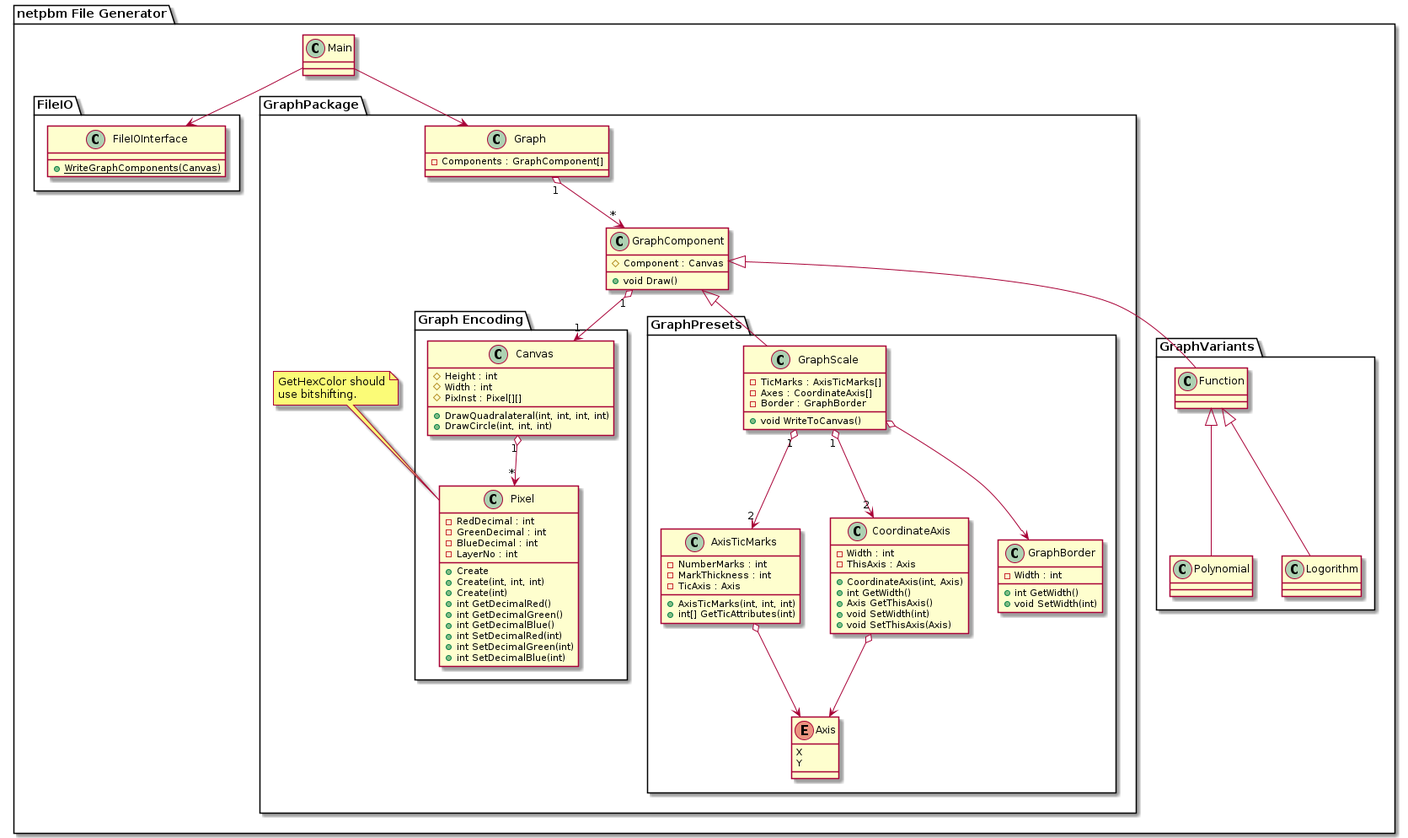
millipedes/Pascal-netpbm-Generator keeps this PlantUML diagram as Documentation/uml_diagram.png. Above is the earlier version.
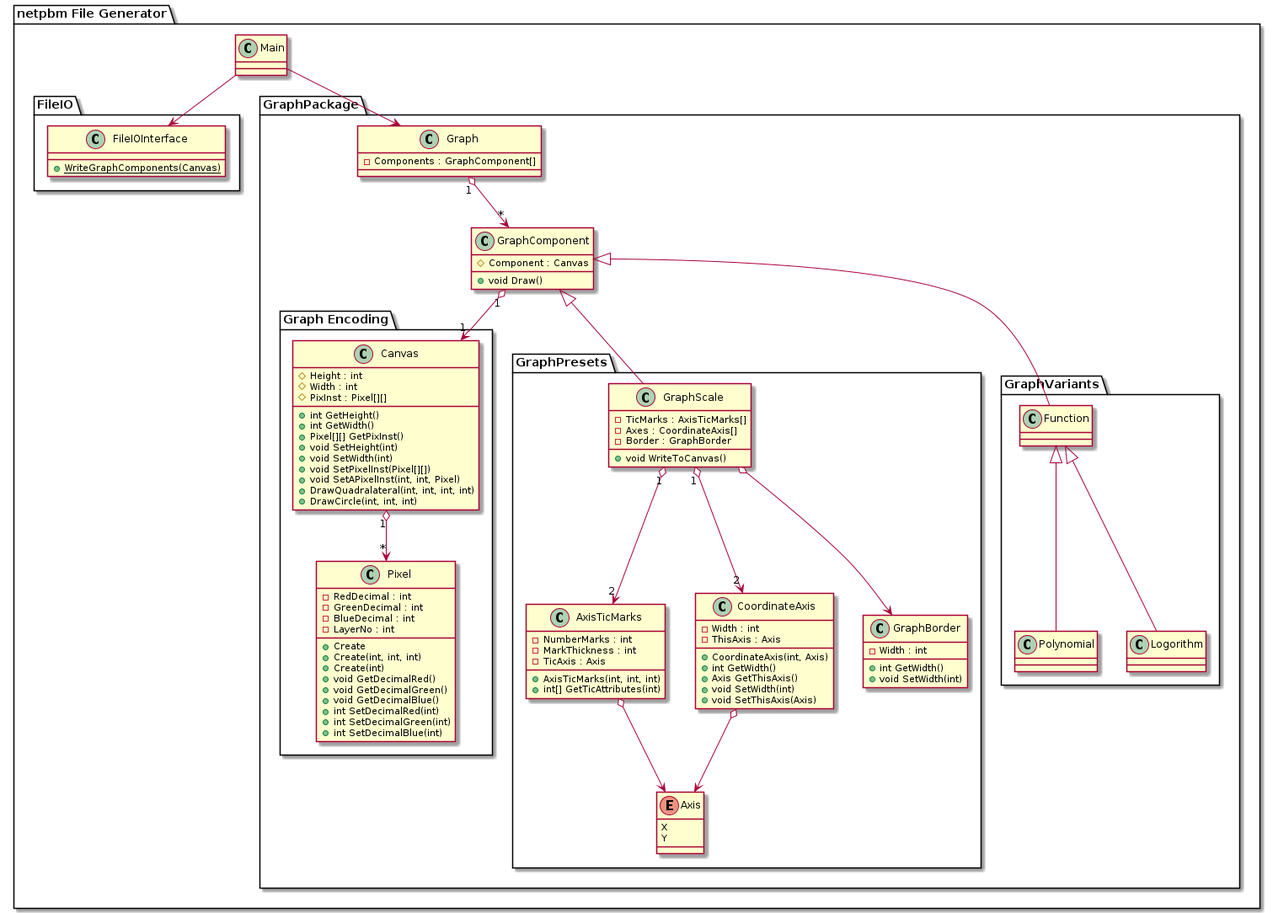
After the change.

Diff of the diagram source:
```diff
@@ -26,6 +26,13 @@
          {field} # Height : int
          {field} # Width : int
          {field} # PixInst : Pixel[][]
+        {method} + int GetHeight()
+        {method} + int GetWidth()
+        {method} + Pixel[][] GetPixInst()
+        {method} + void SetHeight(int)
+        {method} + void SetWidth(int)
+        {method} + void SetPixelInst(Pixel[][])
+        {method} + void SetAPixelInst(int, int, Pixel)
         {method} + DrawQuadralateral(int, int, int, int)
         {method} + DrawCircle(int, int, int)
       }
@@ -38,16 +45,14 @@
         {method} + Create
         {method} + Create(int, int, int)
         {method} + Create(int)
-        {method} + int GetDecimalRed()
-        {method} + int GetDecimalGreen()
-        {method} + int GetDecimalBlue()
+        {method} + void GetDecimalRed()
+        {method} + void GetDecimalGreen()
+        {method} + void GetDecimalBlue()
         {method} + int SetDecimalRed(int)
         {method} + int SetDecimalGreen(int)
         {method} + int SetDecimalBlue(int)
       }
     }
-
-    note top of Pixel : GetHexColor should\nuse bitshifting.
 
     package GraphPresets {
       class GraphScale {
@@ -86,19 +91,19 @@
         Y
       }
     }
+    package GraphVariants {
+
+      class Function {
+      }
+
+      class Polynomial {
+      }
+
+      class Logorithm {
+      }
+    }
   }
 
-  package GraphVariants {
-
-    class Function {
-    }
-
-    class Polynomial {
-    }
-
-    class Logorithm {
-    }
-  }
 }
 
 Main --> FileIOInterface
```
